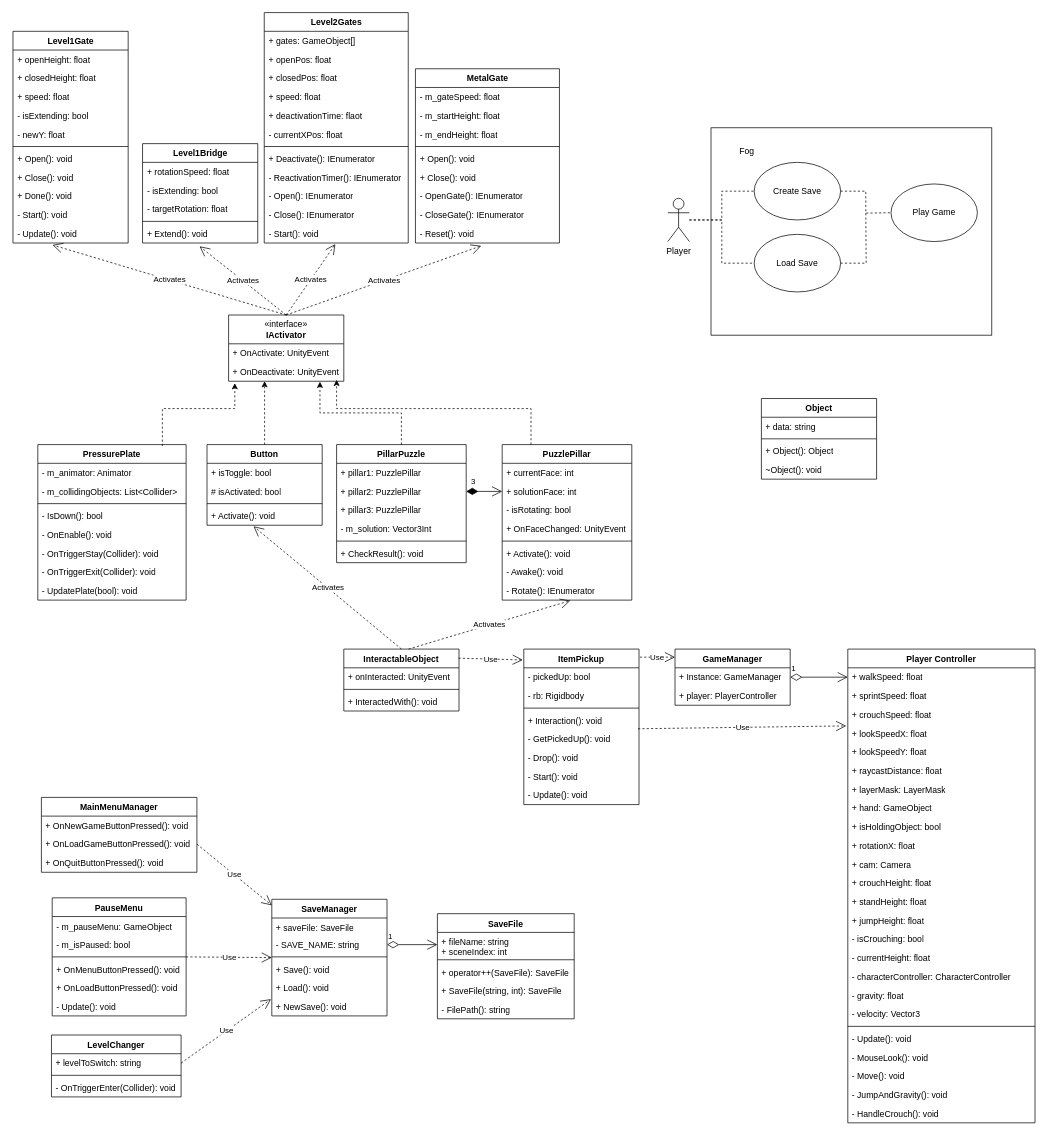
The draw.io diagram UMLDiagram.drawio in hammone2/CS225-Unity, before the edit. Source tidied: cells renumbered, new cells numbered last; positions are measured from the earlier drawing's top-left corner, leaving out a move shared by most shapes. Both pictures are drawn from the tidied source at 72%, with x=0, y=0 at pixel (12, 12).
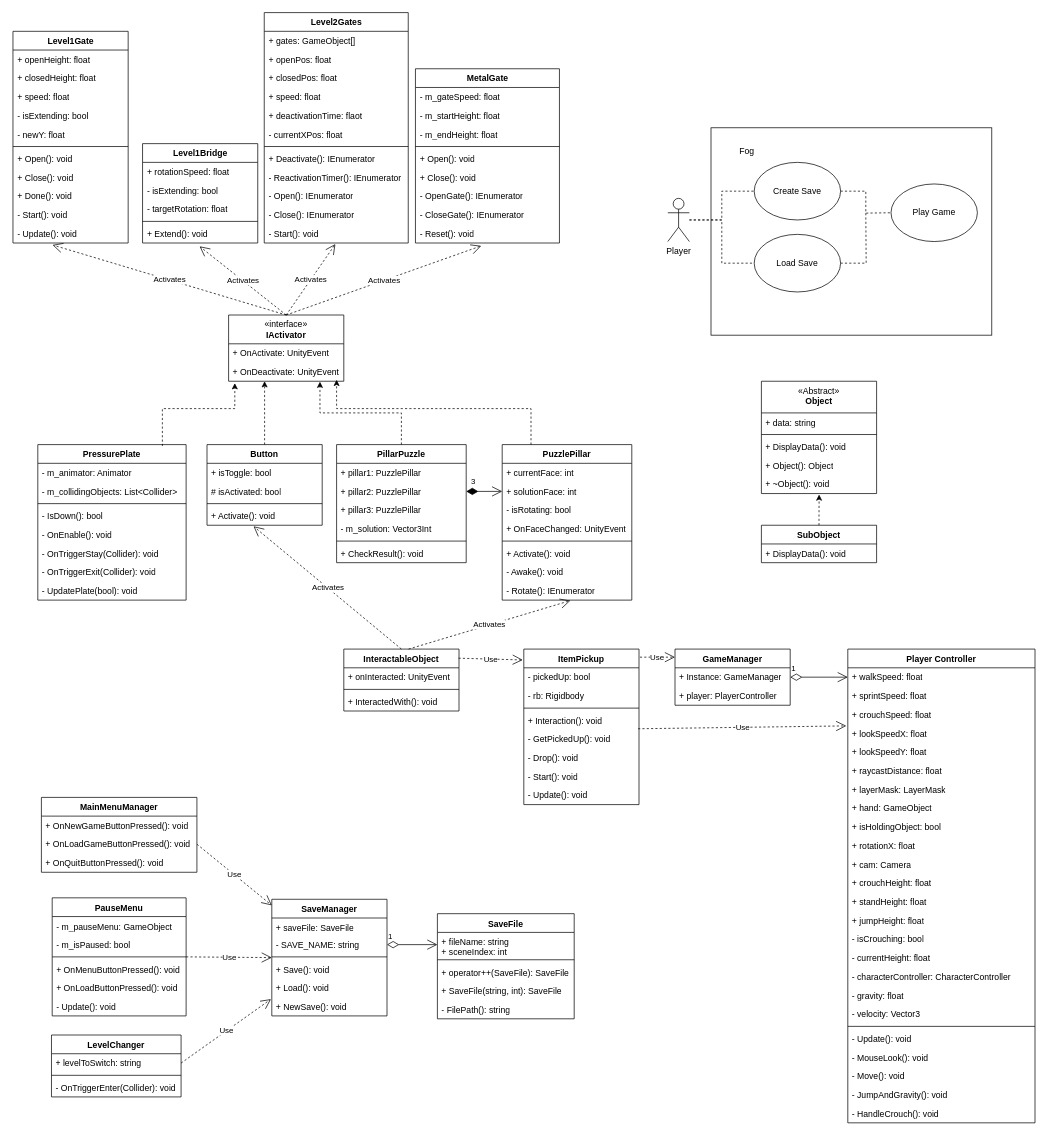
Above is the later version.

What changed in the source:
```diff
@@
-    <mxCell id="175" value="Object" style="swimlane;fontStyle=1;align=center;verticalAlign=top;horizontal=1;startSize=26;whiteSpace=wrap;html=1;" parent="1" vertex="1">
-      <mxGeometry x="1040" y="536" width="160" height="112" as="geometry" />
+    <mxCell id="175" value="&lt;div&gt;&lt;span style=&quot;font-weight: 400;&quot;&gt;«Abstract»&lt;/span&gt;&lt;/div&gt;Object" style="swimlane;fontStyle=1;align=center;verticalAlign=top;horizontal=1;startSize=44;whiteSpace=wrap;html=1;" parent="1" vertex="1">
+      <mxGeometry x="1040" y="512" width="160" height="156" as="geometry" />
     </mxCell>
     <mxCell id="176" value="+ data: string" style="text;strokeColor=none;fillColor=none;align=left;verticalAlign=top;spacingLeft=4;spacingRight=4;overflow=hidden;whiteSpace=wrap;html=1;" parent="175" vertex="1">
-      <mxGeometry y="26" width="160" height="26" as="geometry" />
+      <mxGeometry y="44" width="160" height="26" as="geometry" />
     </mxCell>
     <mxCell id="177" style="line;strokeWidth=1;fillColor=none;align=left;verticalAlign=middle;spacingTop=-1;spacingLeft=3;spacingRight=3;labelPosition=right;strokeColor=inherit;" parent="175" vertex="1">
-      <mxGeometry y="52" width="160" height="8" as="geometry" />
+      <mxGeometry y="70" width="160" height="8" as="geometry" />
     </mxCell>
+    <mxCell id="180" value="+ DisplayData(): void" style="text;strokeColor=none;fillColor=none;align=left;verticalAlign=top;spacingLeft=4;spacingRight=4;overflow=hidden;whiteSpace=wrap;html=1;" parent="175" vertex="1">
+      <mxGeometry y="78" width="160" height="26" as="geometry" />
+    </mxCell>
     <mxCell id="178" value="+ Object(): Object" style="text;strokeColor=none;fillColor=none;align=left;verticalAlign=top;spacingLeft=4;spacingRight=4;overflow=hidden;whiteSpace=wrap;html=1;" parent="175" vertex="1">
-      <mxGeometry y="60" width="160" height="26" as="geometry" />
+      <mxGeometry y="104" width="160" height="26" as="geometry" />
     </mxCell>
-    <mxCell id="179" value="~Object(): void" style="text;strokeColor=none;fillColor=none;align=left;verticalAlign=top;spacingLeft=4;spacingRight=4;overflow=hidden;points=[[0,0.5],[1,0.5]];portConstraint=eastwest;whiteSpace=wrap;html=1;" parent="175" vertex="1">
-      <mxGeometry y="86" width="160" height="26" as="geometry" />
+    <mxCell id="179" value="+ ~Object(): void" style="text;strokeColor=none;fillColor=none;align=left;verticalAlign=top;spacingLeft=4;spacingRight=4;overflow=hidden;points=[[0,0.5],[1,0.5]];portConstraint=eastwest;whiteSpace=wrap;html=1;" parent="175" vertex="1">
+      <mxGeometry y="130" width="160" height="26" as="geometry" />
     </mxCell>
+    <mxCell id="181" value="SubObject" style="swimlane;fontStyle=1;align=center;verticalAlign=top;horizontal=1;startSize=26;whiteSpace=wrap;html=1;" parent="1" vertex="1">
+      <mxGeometry x="1040" y="712" width="160" height="52" as="geometry" />
+    </mxCell>
+    <mxCell id="182" value="+ DisplayData(): void" style="text;strokeColor=none;fillColor=none;align=left;verticalAlign=top;spacingLeft=4;spacingRight=4;overflow=hidden;whiteSpace=wrap;html=1;" parent="181" vertex="1">
+      <mxGeometry y="26" width="160" height="26" as="geometry" />
+    </mxCell>
+    <mxCell id="183" style="edgeStyle=orthogonalEdgeStyle;rounded=0;jettySize=auto;html=1;entryX=0.501;entryY=1.05;entryDx=0;entryDy=0;entryPerimeter=0;dashed=1;" parent="1" edge="1" source="181" target="179">
+      <mxGeometry relative="1" as="geometry">
+        <Array as="points">
+          <mxPoint x="1120" y="700" />
+          <mxPoint x="1120" y="700" />
+        </Array>
+      </mxGeometry>
+    </mxCell>
```
